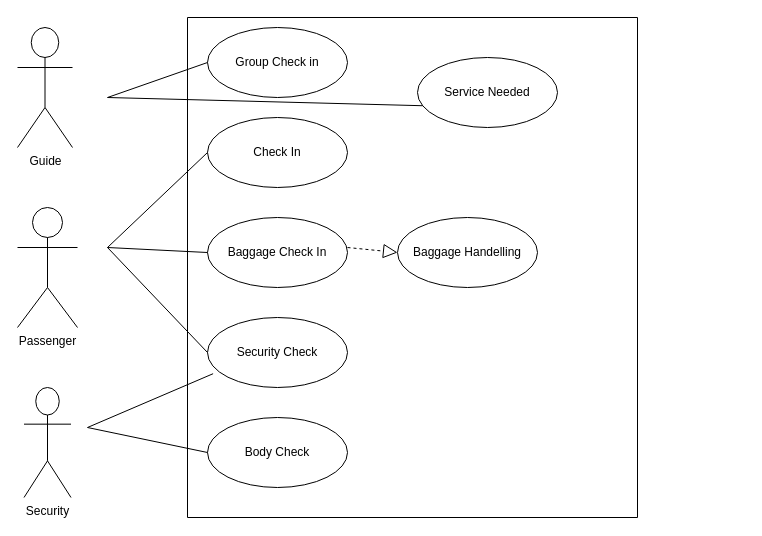
Earlier version of the draw.io diagram Worksheet 2.2 Diagram.drawio (addithecoder/addithecoder). Source tidied: cells renumbered, new cells numbered last; positions are measured from the earlier drawing's top-left corner, leaving out a move shared by most shapes. Both pictures are drawn from the tidied source at 100%, with x=0, y=0 at pixel (17, 17).
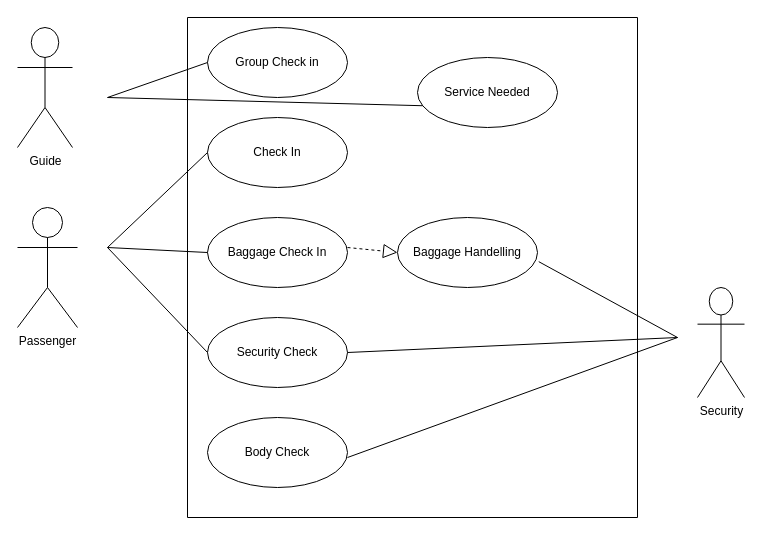
The same diagram, later.

The change refers to these unchanged cells:
```xml
<mxCell id="2" style="swimlane;startSize=0;" parent="1" vertex="1">
  <mxGeometry x="170" width="450" height="500" as="geometry" />
</mxCell>
<mxCell id="6" value="Baggage Handelling" style="ellipse;whiteSpace=wrap;html=1;" parent="2" vertex="1">
  <mxGeometry x="210" y="200" width="140" height="70" as="geometry" />
</mxCell>
<mxCell id="7" value="Security Check" style="ellipse;whiteSpace=wrap;html=1;" parent="2" vertex="1">
  <mxGeometry x="20" y="300" width="140" height="70" as="geometry" />
</mxCell>
<mxCell id="8" value="Body Check" style="ellipse;whiteSpace=wrap;html=1;" parent="2" vertex="1">
  <mxGeometry x="20" y="400" width="140" height="70" as="geometry" />
</mxCell>
```

The edit, as a diff of the source:
```diff
@@
+    <mxCell id="21" style="endArrow=none;html=1;rounded=0;exitX=1.009;exitY=0.631;exitDx=0;exitDy=0;exitPerimeter=0;" parent="2" edge="1" source="6">
+      <mxGeometry relative="1" as="geometry">
+        <mxPoint x="490" y="320" as="targetPoint" />
+      </mxGeometry>
+    </mxCell>
+    <mxCell id="22" style="endArrow=none;html=1;rounded=0;exitX=1;exitY=0.5;exitDx=0;exitDy=0;" parent="2" edge="1" source="7">
+      <mxGeometry relative="1" as="geometry">
+        <mxPoint x="490" y="320" as="targetPoint" />
+      </mxGeometry>
+    </mxCell>
+    <mxCell id="23" style="endArrow=none;html=1;rounded=0;" parent="2" edge="1">
+      <mxGeometry relative="1" as="geometry">
+        <mxPoint x="160" y="440" as="sourcePoint" />
+        <mxPoint x="490" y="320" as="targetPoint" />
+      </mxGeometry>
+    </mxCell>
@@
     <mxCell id="13" value="Security" style="shape=umlActor;verticalLabelPosition=bottom;verticalAlign=top;html=1;" parent="1" vertex="1">
-      <mxGeometry x="6.5" y="370" width="47" height="110" as="geometry" />
+      <mxGeometry x="680" y="270" width="47" height="110" as="geometry" />
     </mxCell>
@@
-    <mxCell id="19" style="endArrow=none;html=1;rounded=0;entryX=0.04;entryY=0.803;entryDx=0;entryDy=0;entryPerimeter=0;" parent="1" edge="1" target="7">
-      <mxGeometry relative="1" as="geometry">
-        <mxPoint x="70" y="410" as="sourcePoint" />
-      </mxGeometry>
-    </mxCell>
-    <mxCell id="20" style="endArrow=none;html=1;rounded=0;entryX=0;entryY=0.5;entryDx=0;entryDy=0;" parent="1" edge="1" target="8">
-      <mxGeometry relative="1" as="geometry">
-        <mxPoint x="70" y="410" as="sourcePoint" />
-      </mxGeometry>
-    </mxCell>
```
